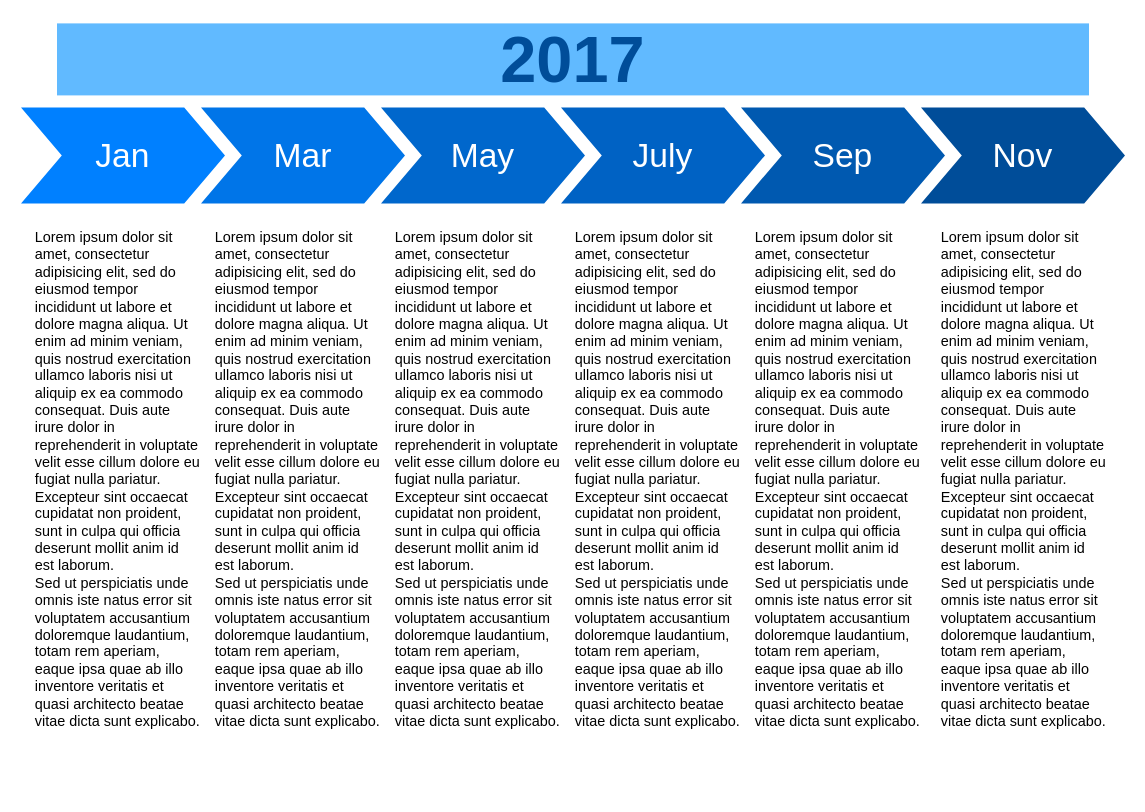
This is Диаграмма без названия.drawio from OpIrinka/test, a draw.io file, before an edit. Source tidied: cells renumbered, new cells numbered last; positions are measured from the earlier drawing's top-left corner, leaving out a move shared by most shapes. Both pictures are drawn from the tidied source at 120%, with x=0, y=0 at pixel (20, 23).
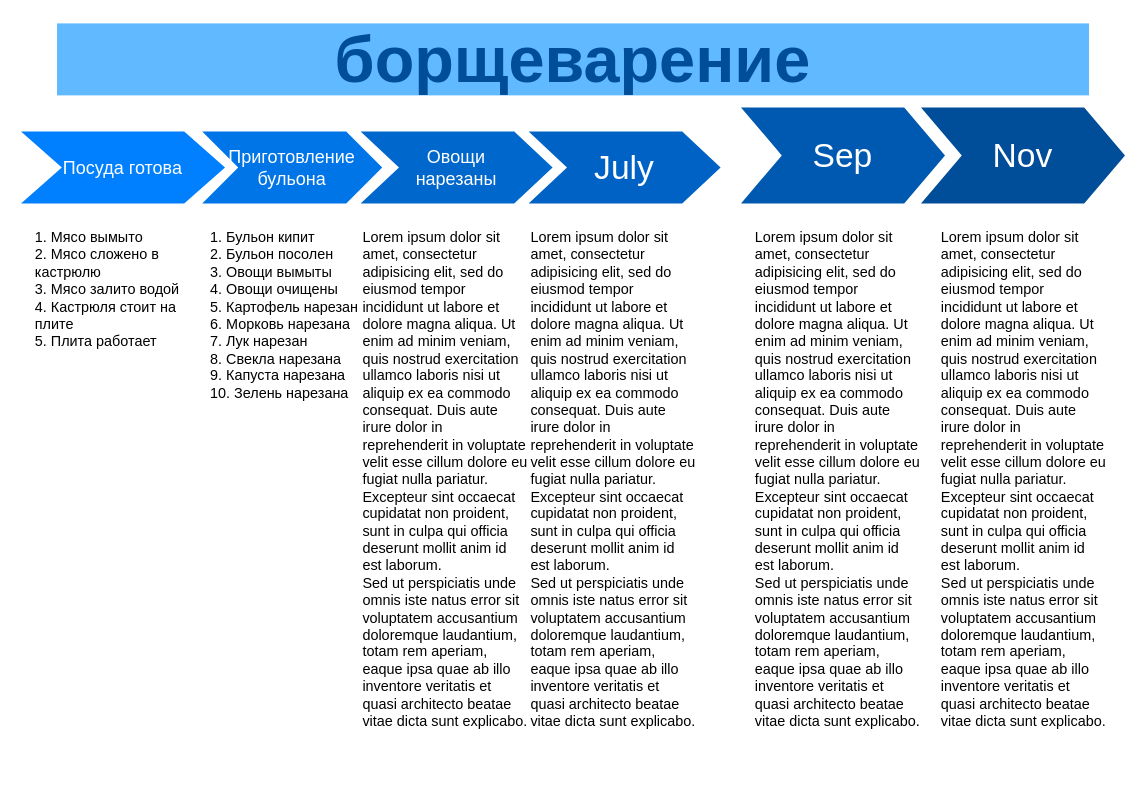
Above is the later version.

What changed in the source:
```diff
@@
 <mxGraphModel>
   <root>
     <mxCell id="0" />
     <mxCell id="1" parent="0" />
-    <mxCell id="2" value="Jan" style="shape=step;whiteSpace=wrap;html=1;fontSize=28;fillColor=#0080FF;fontColor=#FFFFFF;strokeColor=none;" parent="1" vertex="1">
-      <mxGeometry y="70" width="170" height="80" as="geometry" />
+    <mxCell id="2" value="Посуда готова" style="shape=step;whiteSpace=wrap;html=1;fontSize=15;fillColor=#0080FF;fontColor=#FFFFFF;strokeColor=none;" parent="1" vertex="1">
+      <mxGeometry y="90" width="170" height="60" as="geometry" />
     </mxCell>
-    <mxCell id="3" value="Mar" style="shape=step;whiteSpace=wrap;html=1;fontSize=28;fillColor=#0075E8;fontColor=#FFFFFF;strokeColor=none;" parent="1" vertex="1">
-      <mxGeometry x="150" y="70" width="170" height="80" as="geometry" />
+    <mxCell id="3" value="Приготовление бульона" style="shape=step;whiteSpace=wrap;html=1;fontSize=15;fillColor=#0075E8;fontColor=#FFFFFF;strokeColor=none;" parent="1" vertex="1">
+      <mxGeometry x="151" y="90" width="150" height="60" as="geometry" />
     </mxCell>
-    <mxCell id="4" value="May" style="shape=step;whiteSpace=wrap;html=1;fontSize=28;fillColor=#0067CC;fontColor=#FFFFFF;strokeColor=none;" parent="1" vertex="1">
-      <mxGeometry x="300" y="70" width="170" height="80" as="geometry" />
+    <mxCell id="4" value="Овощи&lt;br&gt;нарезаны" style="shape=step;whiteSpace=wrap;html=1;fontSize=15;fillColor=#0067CC;fontColor=#FFFFFF;strokeColor=none;" parent="1" vertex="1">
+      <mxGeometry x="283" y="90" width="160" height="60" as="geometry" />
     </mxCell>
     <mxCell id="5" value="July" style="shape=step;whiteSpace=wrap;html=1;fontSize=28;fillColor=#0062C4;fontColor=#FFFFFF;strokeColor=none;" parent="1" vertex="1">
-      <mxGeometry x="450" y="70" width="170" height="80" as="geometry" />
+      <mxGeometry x="423" y="90" width="160" height="60" as="geometry" />
     </mxCell>
     <mxCell id="6" value="Sep" style="shape=step;whiteSpace=wrap;html=1;fontSize=28;fillColor=#0059B0;fontColor=#FFFFFF;strokeColor=none;" parent="1" vertex="1">
       <mxGeometry x="600" y="70" width="170" height="80" as="geometry" />
     </mxCell>
     <mxCell id="7" value="Nov" style="shape=step;whiteSpace=wrap;html=1;fontSize=28;fillColor=#004D99;fontColor=#FFFFFF;strokeColor=none;" parent="1" vertex="1">
       <mxGeometry x="750" y="70" width="170" height="80" as="geometry" />
     </mxCell>
-    <mxCell id="8" value="2017" style="text;html=1;strokeColor=none;fillColor=#61BAFF;align=center;verticalAlign=middle;whiteSpace=wrap;fontSize=54;fontStyle=1;fontColor=#004D99;" parent="1" vertex="1">
+    <mxCell id="8" value="борщеварение" style="text;html=1;strokeColor=none;fillColor=#61BAFF;align=center;verticalAlign=middle;whiteSpace=wrap;fontSize=54;fontStyle=1;fontColor=#004D99;" parent="1" vertex="1">
       <mxGeometry x="30" width="860" height="60" as="geometry" />
     </mxCell>
-    <mxCell id="9" value="Lorem ipsum dolor sit amet, consectetur adipisicing elit, sed do eiusmod tempor incididunt ut labore et dolore magna aliqua. Ut enim ad minim veniam, quis nostrud exercitation ullamco laboris nisi ut aliquip ex ea commodo consequat. Duis aute irure dolor in reprehenderit in voluptate velit esse cillum dolore eu fugiat nulla pariatur. Excepteur sint occaecat cupidatat non proident, sunt in culpa qui officia deserunt mollit anim id est laborum.&lt;br&gt;Sed ut perspiciatis unde omnis iste natus error sit voluptatem accusantium doloremque laudantium, totam rem aperiam, eaque ipsa quae ab illo inventore veritatis et quasi architecto beatae vitae dicta sunt explicabo." style="text;spacingTop=-5;fillColor=#ffffff;whiteSpace=wrap;html=1;align=left;fontSize=12;fontFamily=Helvetica;fillColor=none;strokeColor=none;" parent="1" vertex="1">
+    <mxCell id="9" value="1. Мясо вымыто&lt;br&gt;2. Мясо сложено в кастрюлю&lt;br&gt;3. Мясо залито водой&lt;br&gt;4. Кастрюля стоит на плите&lt;br&gt;5. Плита работает" style="text;spacingTop=-5;fillColor=#ffffff;whiteSpace=wrap;html=1;align=left;fontSize=12;fontFamily=Helvetica;fillColor=none;strokeColor=none;" parent="1" vertex="1">
       <mxGeometry x="10" y="170" width="140" height="470" as="geometry" />
     </mxCell>
-    <mxCell id="10" value="Lorem ipsum dolor sit amet, consectetur adipisicing elit, sed do eiusmod tempor incididunt ut labore et dolore magna aliqua. Ut enim ad minim veniam, quis nostrud exercitation ullamco laboris nisi ut aliquip ex ea commodo consequat. Duis aute irure dolor in reprehenderit in voluptate velit esse cillum dolore eu fugiat nulla pariatur. Excepteur sint occaecat cupidatat non proident, sunt in culpa qui officia deserunt mollit anim id est laborum.&lt;br&gt;Sed ut perspiciatis unde omnis iste natus error sit voluptatem accusantium doloremque laudantium, totam rem aperiam, eaque ipsa quae ab illo inventore veritatis et quasi architecto beatae vitae dicta sunt explicabo." style="text;spacingTop=-5;fillColor=#ffffff;whiteSpace=wrap;html=1;align=left;fontSize=12;fontFamily=Helvetica;fillColor=none;strokeColor=none;" parent="1" vertex="1">
-      <mxGeometry x="160" y="170" width="140" height="470" as="geometry" />
+    <mxCell id="10" value="1. Бульон кипит&lt;br&gt;2. Бульон посолен&lt;br&gt;3. Овощи вымыты&lt;br&gt;4. Овощи очищены&lt;br&gt;5. Картофель нарезан&lt;br&gt;6. Морковь нарезана&lt;br&gt;7. Лук нарезан&lt;br&gt;8. Свекла нарезана&lt;br&gt;9. Капуста нарезана&lt;br&gt;10. Зелень нарезана" style="text;spacingTop=-5;fillColor=#ffffff;whiteSpace=wrap;html=1;align=left;fontSize=12;fontFamily=Helvetica;fillColor=none;strokeColor=none;" parent="1" vertex="1">
+      <mxGeometry x="156" y="170" width="140" height="470" as="geometry" />
     </mxCell>
     <mxCell id="11" value="Lorem ipsum dolor sit amet, consectetur adipisicing elit, sed do eiusmod tempor incididunt ut labore et dolore magna aliqua. Ut enim ad minim veniam, quis nostrud exercitation ullamco laboris nisi ut aliquip ex ea commodo consequat. Duis aute irure dolor in reprehenderit in voluptate velit esse cillum dolore eu fugiat nulla pariatur. Excepteur sint occaecat cupidatat non proident, sunt in culpa qui officia deserunt mollit anim id est laborum.&lt;br&gt;Sed ut perspiciatis unde omnis iste natus error sit voluptatem accusantium doloremque laudantium, totam rem aperiam, eaque ipsa quae ab illo inventore veritatis et quasi architecto beatae vitae dicta sunt explicabo." style="text;spacingTop=-5;fillColor=#ffffff;whiteSpace=wrap;html=1;align=left;fontSize=12;fontFamily=Helvetica;fillColor=none;strokeColor=none;" parent="1" vertex="1">
-      <mxGeometry x="310" y="170" width="140" height="470" as="geometry" />
+      <mxGeometry x="283" y="170" width="140" height="470" as="geometry" />
     </mxCell>
     <mxCell id="12" value="Lorem ipsum dolor sit amet, consectetur adipisicing elit, sed do eiusmod tempor incididunt ut labore et dolore magna aliqua. Ut enim ad minim veniam, quis nostrud exercitation ullamco laboris nisi ut aliquip ex ea commodo consequat. Duis aute irure dolor in reprehenderit in voluptate velit esse cillum dolore eu fugiat nulla pariatur. Excepteur sint occaecat cupidatat non proident, sunt in culpa qui officia deserunt mollit anim id est laborum.&lt;br&gt;Sed ut perspiciatis unde omnis iste natus error sit voluptatem accusantium doloremque laudantium, totam rem aperiam, eaque ipsa quae ab illo inventore veritatis et quasi architecto beatae vitae dicta sunt explicabo." style="text;spacingTop=-5;fillColor=#ffffff;whiteSpace=wrap;html=1;align=left;fontSize=12;fontFamily=Helvetica;fillColor=none;strokeColor=none;" parent="1" vertex="1">
-      <mxGeometry x="460" y="170" width="140" height="470" as="geometry" />
+      <mxGeometry x="423" y="170" width="140" height="470" as="geometry" />
     </mxCell>
     <mxCell id="13" value="Lorem ipsum dolor sit amet, consectetur adipisicing elit, sed do eiusmod tempor incididunt ut labore et dolore magna aliqua. Ut enim ad minim veniam, quis nostrud exercitation ullamco laboris nisi ut aliquip ex ea commodo consequat. Duis aute irure dolor in reprehenderit in voluptate velit esse cillum dolore eu fugiat nulla pariatur. Excepteur sint occaecat cupidatat non proident, sunt in culpa qui officia deserunt mollit anim id est laborum.&lt;br&gt;Sed ut perspiciatis unde omnis iste natus error sit voluptatem accusantium doloremque laudantium, totam rem aperiam, eaque ipsa quae ab illo inventore veritatis et quasi architecto beatae vitae dicta sunt explicabo." style="text;spacingTop=-5;fillColor=#ffffff;whiteSpace=wrap;html=1;align=left;fontSize=12;fontFamily=Helvetica;fillColor=none;strokeColor=none;" parent="1" vertex="1">
       <mxGeometry x="610" y="170" width="140" height="470" as="geometry" />
     </mxCell>
     <mxCell id="14" value="Lorem ipsum dolor sit amet, consectetur adipisicing elit, sed do eiusmod tempor incididunt ut labore et dolore magna aliqua. Ut enim ad minim veniam, quis nostrud exercitation ullamco laboris nisi ut aliquip ex ea commodo consequat. Duis aute irure dolor in reprehenderit in voluptate velit esse cillum dolore eu fugiat nulla pariatur. Excepteur sint occaecat cupidatat non proident, sunt in culpa qui officia deserunt mollit anim id est laborum.&lt;br&gt;Sed ut perspiciatis unde omnis iste natus error sit voluptatem accusantium doloremque laudantium, totam rem aperiam, eaque ipsa quae ab illo inventore veritatis et quasi architecto beatae vitae dicta sunt explicabo." style="text;spacingTop=-5;fillColor=#ffffff;whiteSpace=wrap;html=1;align=left;fontSize=12;fontFamily=Helvetica;fillColor=none;strokeColor=none;" parent="1" vertex="1">
       <mxGeometry x="765" y="170" width="140" height="470" as="geometry" />
     </mxCell>
   </root>
 </mxGraphModel>
```
